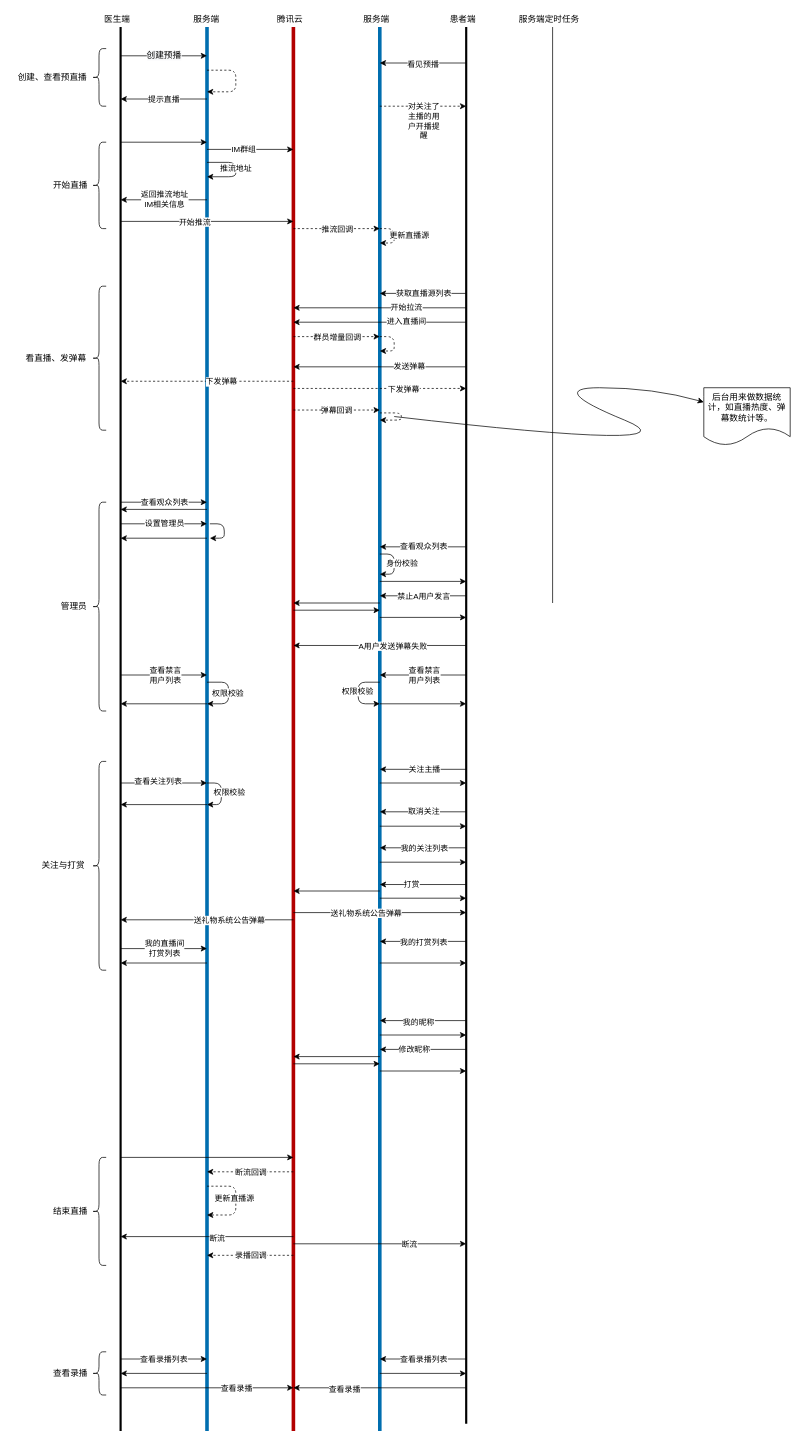
Above: 直播交互流程图.drawio in qq584686739/draw (draw.io), before the change. Source tidied: cells renumbered, new cells numbered last; positions are measured from the earlier drawing's top-left corner, leaving out a move shared by most shapes. Both pictures are drawn from the tidied source at 72%, with x=0, y=0 at pixel (12, 12).
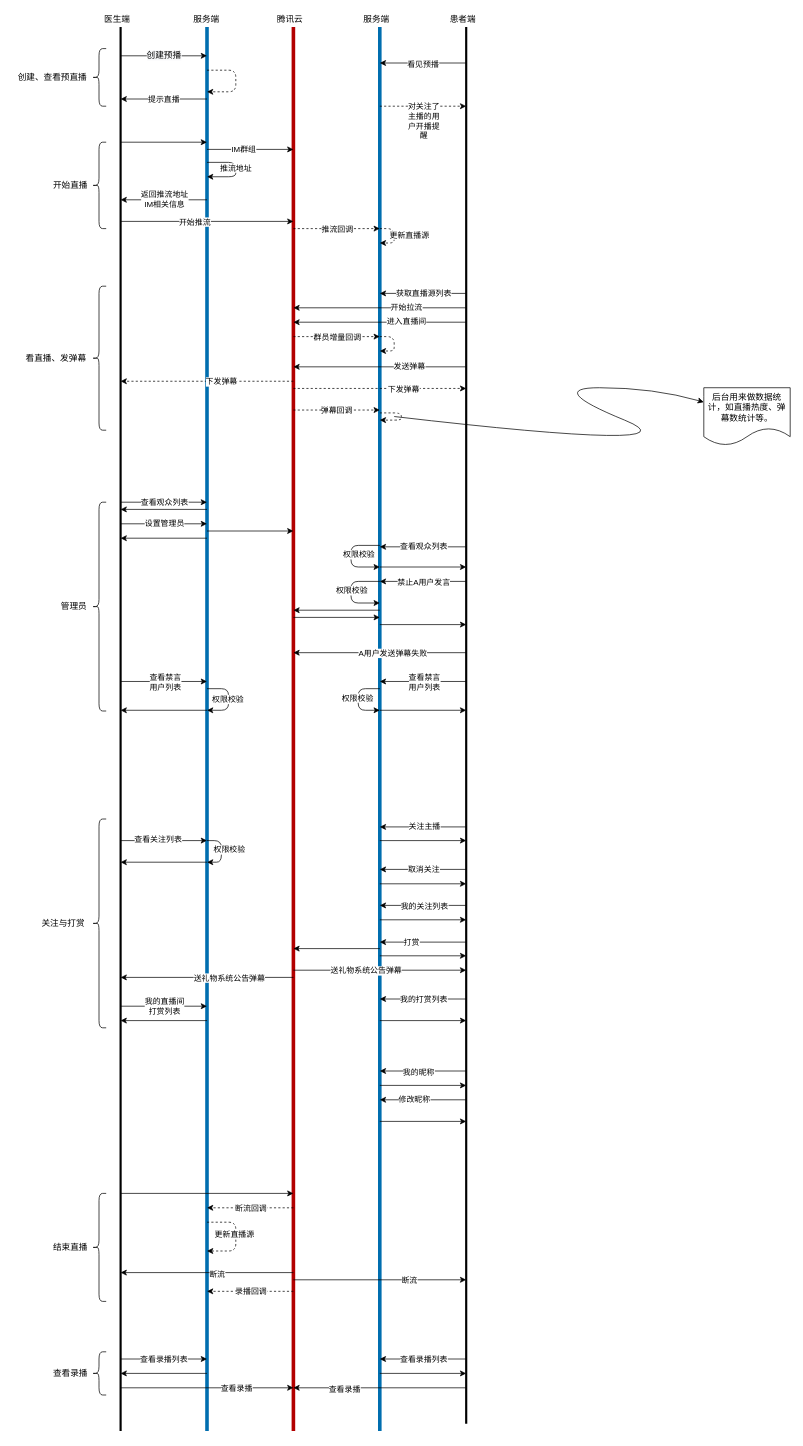
The same page after the edit.

Commit message (it also covers changes not shown here):
Update 直播交互流程图.drawio

Diff of the diagram source:
```diff
@@
-    <mxCell id="44" style="endArrow=none;html=1;" parent="1" edge="1">
-      <mxGeometry relative="1" as="geometry">
-        <mxPoint x="750" y="820" as="sourcePoint" />
-        <mxPoint x="750" y="20" as="targetPoint" />
-      </mxGeometry>
-    </mxCell>
-    <mxCell id="45" value="服务端定时任务" style="text;html=1;align=center;verticalAlign=middle;" parent="1" vertex="1">
-      <mxGeometry x="695" width="100" height="20" as="geometry" />
-    </mxCell>
     <mxCell id="46" style="endArrow=classic;html=1;" parent="1" edge="1">
       <mxGeometry relative="1" as="geometry">
-        <mxPoint x="150" y="1590" as="sourcePoint" />
-        <mxPoint x="390" y="1590" as="targetPoint" />
+        <mxPoint x="150" y="1640" as="sourcePoint" />
+        <mxPoint x="390" y="1640" as="targetPoint" />
       </mxGeometry>
     </mxCell>
     <mxCell id="47" style="endArrow=classic;html=1;dashed=1;" parent="1" edge="1">
       <mxGeometry relative="1" as="geometry">
-        <mxPoint x="390" y="1610" as="sourcePoint" />
-        <mxPoint x="270" y="1610" as="targetPoint" />
+        <mxPoint x="390" y="1660" as="sourcePoint" />
+        <mxPoint x="270" y="1660" as="targetPoint" />
       </mxGeometry>
     </mxCell>
@@
     <mxCell id="49" style="endArrow=classic;html=1;" parent="1" edge="1">
       <mxGeometry relative="1" as="geometry">
-        <mxPoint x="390" y="1700" as="sourcePoint" />
-        <mxPoint x="150" y="1700" as="targetPoint" />
+        <mxPoint x="390" y="1750" as="sourcePoint" />
+        <mxPoint x="150" y="1750" as="targetPoint" />
       </mxGeometry>
     </mxCell>
@@
     <mxCell id="51" style="endArrow=classic;html=1;" parent="1" edge="1">
       <mxGeometry relative="1" as="geometry">
-        <mxPoint x="390" y="1710" as="sourcePoint" />
-        <mxPoint x="630" y="1710" as="targetPoint" />
+        <mxPoint x="390" y="1760" as="sourcePoint" />
+        <mxPoint x="630" y="1760" as="targetPoint" />
       </mxGeometry>
     </mxCell>
@@
     <mxCell id="53" style="shape=curlyBracket;whiteSpace=wrap;html=1;rounded=1;" parent="1" vertex="1">
-      <mxGeometry x="110" y="1590" width="20" height="150" as="geometry" />
+      <mxGeometry x="110" y="1640" width="20" height="150" as="geometry" />
     </mxCell>
     <mxCell id="54" value="结束直播" style="text;html=1;align=center;verticalAlign=middle;" parent="1" vertex="1">
-      <mxGeometry x="50" y="1655" width="60" height="20" as="geometry" />
+      <mxGeometry x="50" y="1705" width="60" height="20" as="geometry" />
     </mxCell>
     <mxCell id="55" style="endArrow=classic;html=1;dashed=1;" parent="1" edge="1">
       <mxGeometry relative="1" as="geometry">
-        <mxPoint x="270" y="1630" as="sourcePoint" />
-        <mxPoint x="270" y="1670" as="targetPoint" />
+        <mxPoint x="270" y="1680" as="sourcePoint" />
+        <mxPoint x="270" y="1720" as="targetPoint" />
         <Array as="points">
-          <mxPoint x="310" y="1630" />
-          <mxPoint x="310" y="1670" />
+          <mxPoint x="310" y="1680" />
+          <mxPoint x="310" y="1720" />
         </Array>
       </mxGeometry>
     </mxCell>
@@
     <mxCell id="60" style="endArrow=classic;html=1;dashed=1;" parent="1" edge="1">
       <mxGeometry relative="1" as="geometry">
-        <mxPoint x="390" y="1726" as="sourcePoint" />
-        <mxPoint x="270" y="1726" as="targetPoint" />
+        <mxPoint x="390" y="1776" as="sourcePoint" />
+        <mxPoint x="270" y="1776" as="targetPoint" />
       </mxGeometry>
     </mxCell>
@@
-    <mxCell id="85" style="endArrow=classic;html=1;strokeWidth=1;" parent="1" edge="1">
-      <mxGeometry relative="1" as="geometry">
-        <mxPoint x="274" y="710" as="sourcePoint" />
-        <mxPoint x="274" y="730" as="targetPoint" />
-        <Array as="points">
-          <mxPoint x="294" y="710" />
-          <mxPoint x="294" y="730" />
-        </Array>
-      </mxGeometry>
-    </mxCell>
@@
     <mxCell id="89" style="endArrow=classic;html=1;strokeWidth=1;" parent="1" edge="1">
       <mxGeometry relative="1" as="geometry">
-        <mxPoint x="510" y="752" as="sourcePoint" />
-        <mxPoint x="510" y="780" as="targetPoint" />
+        <mxPoint x="510" y="740" as="sourcePoint" />
+        <mxPoint x="510" y="770" as="targetPoint" />
         <Array as="points">
-          <mxPoint x="530" y="752" />
-          <mxPoint x="530" y="780" />
+          <mxPoint x="470" y="740" />
+          <mxPoint x="470" y="770" />
         </Array>
       </mxGeometry>
     </mxCell>
-    <mxCell id="90" value="身份校验" style="edgeLabel;html=1;align=center;verticalAlign=middle;" parent="89" vertex="1">
+    <mxCell id="90" value="权限校验" style="edgeLabel;html=1;align=center;verticalAlign=middle;" parent="89" vertex="1">
       <mxGeometry x="-0.05" y="-1" relative="1" as="geometry">
         <mxPoint x="11" as="offset" />
       </mxGeometry>
     </mxCell>
     <mxCell id="91" style="endArrow=classic;html=1;strokeWidth=1;" parent="1" edge="1">
       <mxGeometry relative="1" as="geometry">
-        <mxPoint x="630" y="810" as="sourcePoint" />
-        <mxPoint x="510" y="810" as="targetPoint" />
+        <mxPoint x="630" y="790" as="sourcePoint" />
+        <mxPoint x="510" y="790" as="targetPoint" />
       </mxGeometry>
     </mxCell>
@@
     <mxCell id="93" style="endArrow=classic;html=1;strokeWidth=1;" parent="1" edge="1">
       <mxGeometry relative="1" as="geometry">
-        <mxPoint x="510" y="820" as="sourcePoint" />
-        <mxPoint x="390" y="820" as="targetPoint" />
+        <mxPoint x="510" y="830" as="sourcePoint" />
+        <mxPoint x="390" y="830" as="targetPoint" />
       </mxGeometry>
     </mxCell>
     <mxCell id="94" style="endArrow=classic;html=1;strokeWidth=1;" parent="1" edge="1">
       <mxGeometry relative="1" as="geometry">
-        <mxPoint x="390" y="830" as="sourcePoint" />
-        <mxPoint x="510" y="830" as="targetPoint" />
+        <mxPoint x="390" y="840" as="sourcePoint" />
+        <mxPoint x="510" y="840" as="targetPoint" />
       </mxGeometry>
     </mxCell>
     <mxCell id="95" style="endArrow=classic;html=1;strokeWidth=1;" parent="1" edge="1">
       <mxGeometry relative="1" as="geometry">
-        <mxPoint x="510" y="840" as="sourcePoint" />
-        <mxPoint x="630" y="840" as="targetPoint" />
+        <mxPoint x="510" y="850" as="sourcePoint" />
+        <mxPoint x="630" y="850" as="targetPoint" />
       </mxGeometry>
     </mxCell>
@@
     <mxCell id="101" style="endArrow=classic;html=1;strokeWidth=1;" parent="1" edge="1">
       <mxGeometry relative="1" as="geometry">
-        <mxPoint x="510" y="790" as="sourcePoint" />
-        <mxPoint x="630" y="790" as="targetPoint" />
+        <mxPoint x="510" y="770" as="sourcePoint" />
+        <mxPoint x="630" y="770" as="targetPoint" />
       </mxGeometry>
     </mxCell>
     <mxCell id="102" style="endArrow=classic;html=1;strokeWidth=1;" parent="1" edge="1">
       <mxGeometry relative="1" as="geometry">
-        <mxPoint x="630" y="879" as="sourcePoint" />
-        <mxPoint x="390" y="879" as="targetPoint" />
+        <mxPoint x="630" y="889" as="sourcePoint" />
+        <mxPoint x="390" y="889" as="targetPoint" />
       </mxGeometry>
     </mxCell>
@@
     <mxCell id="106" style="endArrow=classic;html=1;strokeWidth=1;" parent="1" edge="1">
       <mxGeometry relative="1" as="geometry">
-        <mxPoint x="630" y="1051" as="sourcePoint" />
-        <mxPoint x="510" y="1051" as="targetPoint" />
+        <mxPoint x="630" y="1131" as="sourcePoint" />
+        <mxPoint x="510" y="1131" as="targetPoint" />
       </mxGeometry>
     </mxCell>
@@
     <mxCell id="108" style="endArrow=classic;html=1;strokeWidth=1;" parent="1" edge="1">
       <mxGeometry relative="1" as="geometry">
-        <mxPoint x="510" y="1070" as="sourcePoint" />
-        <mxPoint x="630" y="1070" as="targetPoint" />
+        <mxPoint x="510" y="1150" as="sourcePoint" />
+        <mxPoint x="630" y="1150" as="targetPoint" />
       </mxGeometry>
     </mxCell>
@@
     <mxCell id="111" style="endArrow=classic;html=1;strokeWidth=1;" parent="1" edge="1">
       <mxGeometry relative="1" as="geometry">
-        <mxPoint x="150" y="920" as="sourcePoint" />
-        <mxPoint x="270" y="920" as="targetPoint" />
+        <mxPoint x="150" y="929" as="sourcePoint" />
+        <mxPoint x="270" y="929" as="targetPoint" />
       </mxGeometry>
     </mxCell>
@@
     <mxCell id="113" style="endArrow=classic;html=1;strokeWidth=1;" parent="1" edge="1">
       <mxGeometry relative="1" as="geometry">
-        <mxPoint x="270" y="960" as="sourcePoint" />
-        <mxPoint x="150" y="960" as="targetPoint" />
+        <mxPoint x="270" y="969" as="sourcePoint" />
+        <mxPoint x="150" y="969" as="targetPoint" />
       </mxGeometry>
     </mxCell>
     <mxCell id="114" style="endArrow=classic;html=1;strokeWidth=1;" parent="1" edge="1">
       <mxGeometry relative="1" as="geometry">
-        <mxPoint x="630" y="920" as="sourcePoint" />
-        <mxPoint x="510" y="920" as="targetPoint" />
+        <mxPoint x="630" y="929" as="sourcePoint" />
+        <mxPoint x="510" y="929" as="targetPoint" />
       </mxGeometry>
     </mxCell>
@@
     <mxCell id="116" style="endArrow=classic;html=1;strokeWidth=1;" parent="1" edge="1">
       <mxGeometry relative="1" as="geometry">
-        <mxPoint x="510" y="930" as="sourcePoint" />
-        <mxPoint x="510" y="960" as="targetPoint" />
+        <mxPoint x="510" y="939" as="sourcePoint" />
+        <mxPoint x="510" y="969" as="targetPoint" />
         <Array as="points">
-          <mxPoint x="480" y="930" />
-          <mxPoint x="480" y="960" />
+          <mxPoint x="480" y="939" />
+          <mxPoint x="480" y="969" />
         </Array>
       </mxGeometry>
     </mxCell>
@@
     <mxCell id="118" style="endArrow=classic;html=1;strokeWidth=1;" parent="1" edge="1">
       <mxGeometry relative="1" as="geometry">
-        <mxPoint x="510" y="960" as="sourcePoint" />
-        <mxPoint x="630" y="960" as="targetPoint" />
+        <mxPoint x="510" y="969" as="sourcePoint" />
+        <mxPoint x="630" y="969" as="targetPoint" />
       </mxGeometry>
     </mxCell>
     <mxCell id="119" style="endArrow=classic;html=1;strokeWidth=1;" parent="1" edge="1">
       <mxGeometry relative="1" as="geometry">
-        <mxPoint x="270" y="930" as="sourcePoint" />
-        <mxPoint x="270" y="960" as="targetPoint" />
+        <mxPoint x="270" y="939" as="sourcePoint" />
+        <mxPoint x="270" y="969" as="targetPoint" />
         <Array as="points">
-          <mxPoint x="300" y="930" />
-          <mxPoint x="300" y="960" />
+          <mxPoint x="300" y="939" />
+          <mxPoint x="300" y="969" />
         </Array>
       </mxGeometry>
     </mxCell>
@@
     <mxCell id="121" style="endArrow=classic;html=1;strokeWidth=1;" parent="1" edge="1">
       <mxGeometry relative="1" as="geometry">
-        <mxPoint x="150" y="1070" as="sourcePoint" />
-        <mxPoint x="270" y="1070" as="targetPoint" />
+        <mxPoint x="150" y="1150" as="sourcePoint" />
+        <mxPoint x="270" y="1150" as="targetPoint" />
       </mxGeometry>
     </mxCell>
@@
     <mxCell id="123" style="endArrow=classic;html=1;strokeWidth=1;" parent="1" edge="1">
       <mxGeometry relative="1" as="geometry">
-        <mxPoint x="270" y="1070" as="sourcePoint" />
-        <mxPoint x="270" y="1100" as="targetPoint" />
+        <mxPoint x="270" y="1150" as="sourcePoint" />
+        <mxPoint x="270" y="1180" as="targetPoint" />
         <Array as="points">
-          <mxPoint x="290" y="1070" />
-          <mxPoint x="290" y="1100" />
+          <mxPoint x="290" y="1150" />
+          <mxPoint x="290" y="1180" />
         </Array>
       </mxGeometry>
     </mxCell>
@@
     <mxCell id="125" style="endArrow=classic;html=1;strokeWidth=1;" parent="1" edge="1">
       <mxGeometry relative="1" as="geometry">
-        <mxPoint x="270" y="1100" as="sourcePoint" />
-        <mxPoint x="150" y="1100" as="targetPoint" />
+        <mxPoint x="270" y="1180" as="sourcePoint" />
+        <mxPoint x="150" y="1180" as="targetPoint" />
       </mxGeometry>
     </mxCell>
     <mxCell id="126" style="endArrow=classic;html=1;strokeWidth=1;" parent="1" edge="1">
       <mxGeometry relative="1" as="geometry">
-        <mxPoint x="630" y="1110" as="sourcePoint" />
-        <mxPoint x="510" y="1110" as="targetPoint" />
+        <mxPoint x="630" y="1190" as="sourcePoint" />
+        <mxPoint x="510" y="1190" as="targetPoint" />
       </mxGeometry>
     </mxCell>
@@
     <mxCell id="128" style="endArrow=classic;html=1;strokeWidth=1;" parent="1" edge="1">
       <mxGeometry relative="1" as="geometry">
-        <mxPoint x="510" y="1130" as="sourcePoint" />
-        <mxPoint x="630" y="1130" as="targetPoint" />
+        <mxPoint x="510" y="1210" as="sourcePoint" />
+        <mxPoint x="630" y="1210" as="targetPoint" />
       </mxGeometry>
     </mxCell>
     <mxCell id="129" style="endArrow=classic;html=1;strokeWidth=1;" parent="1" edge="1">
       <mxGeometry relative="1" as="geometry">
-        <mxPoint x="630" y="1160" as="sourcePoint" />
-        <mxPoint x="510" y="1160" as="targetPoint" />
+        <mxPoint x="630" y="1240" as="sourcePoint" />
+        <mxPoint x="510" y="1240" as="targetPoint" />
       </mxGeometry>
     </mxCell>
@@
     <mxCell id="131" style="endArrow=classic;html=1;strokeWidth=1;" parent="1" edge="1">
       <mxGeometry relative="1" as="geometry">
-        <mxPoint x="510" y="1180" as="sourcePoint" />
-        <mxPoint x="630" y="1180" as="targetPoint" />
+        <mxPoint x="510" y="1260" as="sourcePoint" />
+        <mxPoint x="630" y="1260" as="targetPoint" />
       </mxGeometry>
     </mxCell>
     <mxCell id="132" style="endArrow=classic;html=1;strokeWidth=1;" parent="1" edge="1">
       <mxGeometry relative="1" as="geometry">
-        <mxPoint x="630" y="1211" as="sourcePoint" />
-        <mxPoint x="510" y="1211" as="targetPoint" />
+        <mxPoint x="630" y="1291" as="sourcePoint" />
+        <mxPoint x="510" y="1291" as="targetPoint" />
       </mxGeometry>
     </mxCell>
@@
     <mxCell id="134" style="endArrow=classic;html=1;strokeWidth=1;" parent="1" edge="1">
       <mxGeometry relative="1" as="geometry">
-        <mxPoint x="510" y="1230" as="sourcePoint" />
-        <mxPoint x="630" y="1230" as="targetPoint" />
+        <mxPoint x="510" y="1310" as="sourcePoint" />
+        <mxPoint x="630" y="1310" as="targetPoint" />
       </mxGeometry>
     </mxCell>
     <mxCell id="135" style="endArrow=classic;html=1;strokeWidth=1;" parent="1" edge="1">
       <mxGeometry relative="1" as="geometry">
-        <mxPoint x="150" y="1300" as="sourcePoint" />
-        <mxPoint x="270" y="1300" as="targetPoint" />
+        <mxPoint x="150" y="1380" as="sourcePoint" />
+        <mxPoint x="270" y="1380" as="targetPoint" />
       </mxGeometry>
     </mxCell>
@@
     <mxCell id="137" style="endArrow=classic;html=1;strokeWidth=1;" parent="1" edge="1">
       <mxGeometry relative="1" as="geometry">
-        <mxPoint x="510" y="1220" as="sourcePoint" />
-        <mxPoint x="390" y="1220" as="targetPoint" />
+        <mxPoint x="510" y="1300" as="sourcePoint" />
+        <mxPoint x="390" y="1300" as="targetPoint" />
       </mxGeometry>
     </mxCell>
     <mxCell id="138" style="endArrow=classic;html=1;strokeWidth=1;" parent="1" edge="1">
       <mxGeometry relative="1" as="geometry">
-        <mxPoint x="390" y="1250" as="sourcePoint" />
-        <mxPoint x="630" y="1250" as="targetPoint" />
+        <mxPoint x="390" y="1330" as="sourcePoint" />
+        <mxPoint x="630" y="1330" as="targetPoint" />
       </mxGeometry>
     </mxCell>
@@
     <mxCell id="140" style="endArrow=classic;html=1;strokeWidth=1;" parent="1" edge="1">
       <mxGeometry relative="1" as="geometry">
-        <mxPoint x="390" y="1260" as="sourcePoint" />
-        <mxPoint x="150" y="1260" as="targetPoint" />
+        <mxPoint x="390" y="1340" as="sourcePoint" />
+        <mxPoint x="150" y="1340" as="targetPoint" />
       </mxGeometry>
     </mxCell>
@@
     <mxCell id="142" style="endArrow=classic;html=1;strokeWidth=1;" parent="1" edge="1">
       <mxGeometry relative="1" as="geometry">
-        <mxPoint x="270" y="1320" as="sourcePoint" />
-        <mxPoint x="150" y="1320" as="targetPoint" />
+        <mxPoint x="270" y="1400" as="sourcePoint" />
+        <mxPoint x="150" y="1400" as="targetPoint" />
       </mxGeometry>
     </mxCell>
     <mxCell id="143" style="shape=curlyBracket;whiteSpace=wrap;html=1;rounded=1;" parent="1" vertex="1">
-      <mxGeometry x="110" y="1040" width="20" height="290" as="geometry" />
+      <mxGeometry x="110" y="1120" width="20" height="290" as="geometry" />
     </mxCell>
     <mxCell id="144" value="关注与打赏" style="text;html=1;align=center;verticalAlign=middle;" parent="1" vertex="1">
-      <mxGeometry x="30" y="1175" width="80" height="20" as="geometry" />
+      <mxGeometry x="30" y="1255" width="80" height="20" as="geometry" />
     </mxCell>
     <mxCell id="145" style="endArrow=classic;html=1;strokeWidth=1;" parent="1" edge="1">
       <mxGeometry relative="1" as="geometry">
-        <mxPoint x="630" y="1290" as="sourcePoint" />
-        <mxPoint x="510" y="1290" as="targetPoint" />
+        <mxPoint x="630" y="1370" as="sourcePoint" />
+        <mxPoint x="510" y="1370" as="targetPoint" />
       </mxGeometry>
     </mxCell>
@@
     <mxCell id="147" style="endArrow=classic;html=1;strokeWidth=1;" parent="1" edge="1">
       <mxGeometry relative="1" as="geometry">
-        <mxPoint x="510" y="1320" as="sourcePoint" />
-        <mxPoint x="630" y="1320" as="targetPoint" />
+        <mxPoint x="510" y="1400" as="sourcePoint" />
+        <mxPoint x="630" y="1400" as="targetPoint" />
       </mxGeometry>
     </mxCell>
     <mxCell id="148" style="endArrow=classic;html=1;strokeWidth=1;" parent="1" edge="1">
       <mxGeometry relative="1" as="geometry">
-        <mxPoint x="630" y="1400" as="sourcePoint" />
-        <mxPoint x="510" y="1400" as="targetPoint" />
+        <mxPoint x="630" y="1470" as="sourcePoint" />
+        <mxPoint x="510" y="1470" as="targetPoint" />
       </mxGeometry>
     </mxCell>
@@
     <mxCell id="150" style="endArrow=classic;html=1;strokeWidth=1;" parent="1" edge="1">
       <mxGeometry relative="1" as="geometry">
-        <mxPoint x="510" y="1420" as="sourcePoint" />
-        <mxPoint x="630" y="1420" as="targetPoint" />
+        <mxPoint x="510" y="1490" as="sourcePoint" />
+        <mxPoint x="630" y="1490" as="targetPoint" />
       </mxGeometry>
     </mxCell>
     <mxCell id="151" style="endArrow=classic;html=1;strokeWidth=1;" parent="1" edge="1">
       <mxGeometry relative="1" as="geometry">
-        <mxPoint x="630" y="1440" as="sourcePoint" />
-        <mxPoint x="510" y="1440" as="targetPoint" />
+        <mxPoint x="630" y="1510" as="sourcePoint" />
+        <mxPoint x="510" y="1510" as="targetPoint" />
       </mxGeometry>
     </mxCell>
@@
-    <mxCell id="153" style="endArrow=classic;html=1;strokeWidth=1;" parent="1" edge="1">
-      <mxGeometry relative="1" as="geometry">
-        <mxPoint x="510" y="1450" as="sourcePoint" />
-        <mxPoint x="390" y="1450" as="targetPoint" />
-      </mxGeometry>
-    </mxCell>
-    <mxCell id="154" style="endArrow=classic;html=1;strokeWidth=1;" parent="1" edge="1">
-      <mxGeometry relative="1" as="geometry">
-        <mxPoint x="390" y="1460" as="sourcePoint" />
-        <mxPoint x="510" y="1460" as="targetPoint" />
-      </mxGeometry>
-    </mxCell>
     <mxCell id="155" style="endArrow=classic;html=1;strokeWidth=1;" parent="1" edge="1">
       <mxGeometry relative="1" as="geometry">
-        <mxPoint x="510" y="1470" as="sourcePoint" />
-        <mxPoint x="630" y="1470" as="targetPoint" />
+        <mxPoint x="510" y="1540" as="sourcePoint" />
+        <mxPoint x="630" y="1540" as="targetPoint" />
       </mxGeometry>
     </mxCell>
+    <mxCell id="156" style="endArrow=classic;html=1;strokeWidth=1;" parent="1" edge="1">
+      <mxGeometry relative="1" as="geometry">
+        <mxPoint x="270" y="720" as="sourcePoint" />
+        <mxPoint x="390" y="720" as="targetPoint" />
+      </mxGeometry>
+    </mxCell>
+    <mxCell id="157" style="endArrow=classic;html=1;strokeWidth=1;" parent="1" edge="1">
+      <mxGeometry relative="1" as="geometry">
+        <mxPoint x="510" y="790" as="sourcePoint" />
+        <mxPoint x="510" y="820" as="targetPoint" />
+        <Array as="points">
+          <mxPoint x="470" y="790" />
+          <mxPoint x="470" y="820" />
+        </Array>
+      </mxGeometry>
+    </mxCell>
+    <mxCell id="158" value="权限校验" style="edgeLabel;html=1;align=center;verticalAlign=middle;" parent="157" vertex="1">
+      <mxGeometry x="-0.27" y="12" relative="1" as="geometry">
+        <mxPoint x="-12" y="12" as="offset" />
+      </mxGeometry>
+    </mxCell>
```
